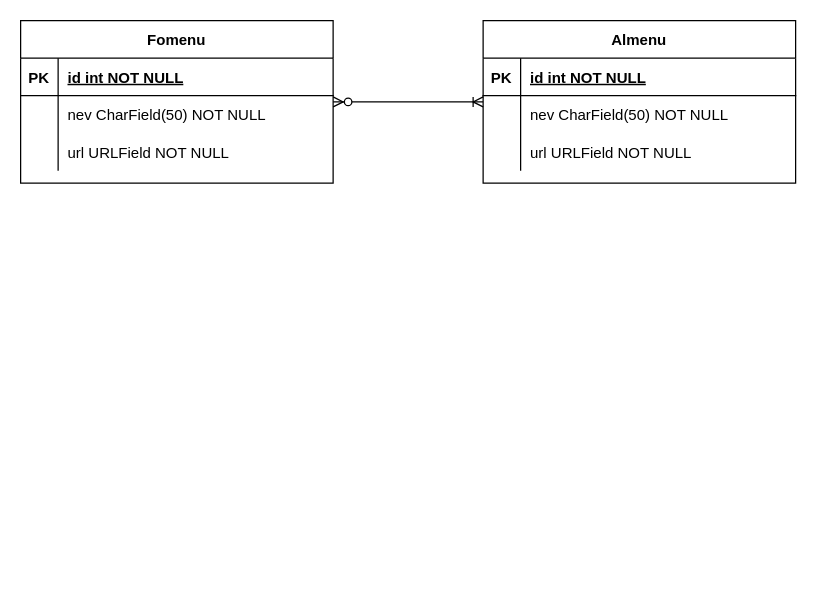
The draw.io diagram szlgcmsdb.drawio in MolnAtt/rajz, before the edit. Source tidied: cells renumbered, new cells numbered last; positions are measured from the earlier drawing's top-left corner, leaving out a move shared by most shapes. Both pictures are drawn from the tidied source at 125%, with x=0, y=0 at pixel (20, 20).
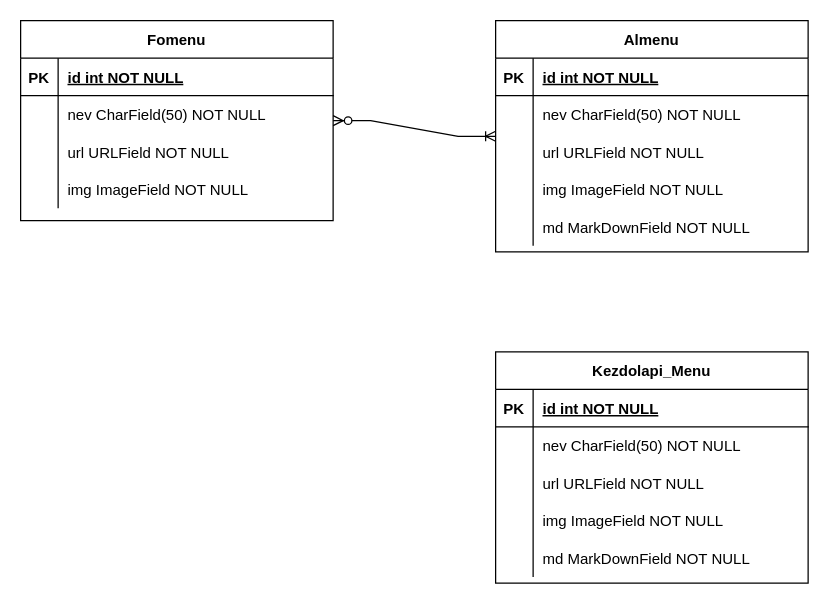
The same diagram, later.

The edit, as a diff of the source:
```diff
@@
     <mxCell id="2" value="Almenu" style="shape=table;startSize=30;childLayout=tableLayout;rowLines=0;fontStyle=1;align=center;" parent="1" vertex="1">
-      <mxGeometry x="370" width="250" height="130" as="geometry" />
+      <mxGeometry x="380" width="250" height="185" as="geometry" />
     </mxCell>
@@
+    <mxCell id="23" style="shape=partialRectangle;fillColor=none;top=0;left=0;right=0;bottom=0;" parent="2" vertex="1">
+      <mxGeometry y="120" width="250" height="30" as="geometry" />
+    </mxCell>
+    <mxCell id="24" style="shape=partialRectangle;overflow=hidden;fillColor=none;top=0;left=0;bottom=0;right=0;" parent="23" vertex="1">
+      <mxGeometry width="30" height="30" as="geometry" />
+    </mxCell>
+    <mxCell id="25" value="img ImageField NOT NULL" style="shape=partialRectangle;overflow=hidden;fillColor=none;top=0;left=0;bottom=0;right=0;align=left;spacingLeft=6;" parent="23" vertex="1">
+      <mxGeometry x="30" width="220" height="30" as="geometry" />
+    </mxCell>
+    <mxCell id="26" style="shape=partialRectangle;fillColor=none;top=0;left=0;right=0;bottom=0;" parent="2" vertex="1">
+      <mxGeometry y="150" width="250" height="30" as="geometry" />
+    </mxCell>
+    <mxCell id="27" style="shape=partialRectangle;overflow=hidden;fillColor=none;top=0;left=0;bottom=0;right=0;" parent="26" vertex="1">
+      <mxGeometry width="30" height="30" as="geometry" />
+    </mxCell>
+    <mxCell id="28" value="md MarkDownField NOT NULL" style="shape=partialRectangle;overflow=hidden;fillColor=none;top=0;left=0;bottom=0;right=0;align=left;spacingLeft=6;" parent="26" vertex="1">
+      <mxGeometry x="30" width="220" height="30" as="geometry" />
+    </mxCell>
@@
     <mxCell id="13" value="Fomenu" style="shape=table;startSize=30;childLayout=tableLayout;rowLines=0;fontStyle=1;align=center;" parent="1" vertex="1">
-      <mxGeometry width="250" height="130" as="geometry" />
+      <mxGeometry width="250" height="160" as="geometry" />
     </mxCell>
@@
+    <mxCell id="29" style="shape=partialRectangle;fillColor=none;top=0;left=0;right=0;bottom=0;" parent="13" vertex="1">
+      <mxGeometry y="120" width="250" height="30" as="geometry" />
+    </mxCell>
+    <mxCell id="30" style="shape=partialRectangle;overflow=hidden;fillColor=none;top=0;left=0;bottom=0;right=0;" parent="29" vertex="1">
+      <mxGeometry width="30" height="30" as="geometry" />
+    </mxCell>
+    <mxCell id="31" value="img ImageField NOT NULL" style="shape=partialRectangle;overflow=hidden;fillColor=none;top=0;left=0;bottom=0;right=0;align=left;spacingLeft=6;" parent="29" vertex="1">
+      <mxGeometry x="30" width="220" height="30" as="geometry" />
+    </mxCell>
+    <mxCell id="32" value="Kezdolapi_Menu" style="shape=table;startSize=30;childLayout=tableLayout;rowLines=0;fontStyle=1;align=center;" parent="1" vertex="1">
+      <mxGeometry x="380" y="265" width="250" height="185" as="geometry" />
+    </mxCell>
+    <mxCell id="33" style="shape=partialRectangle;fillColor=none;top=0;left=0;right=0;bottom=1;" parent="32" vertex="1">
+      <mxGeometry y="30" width="250" height="30" as="geometry" />
+    </mxCell>
+    <mxCell id="34" value="PK" style="shape=partialRectangle;overflow=hidden;fillColor=none;top=0;left=0;bottom=0;right=0;fontStyle=1;" parent="33" vertex="1">
+      <mxGeometry width="30" height="30" as="geometry" />
+    </mxCell>
+    <mxCell id="35" value="id int NOT NULL " style="shape=partialRectangle;overflow=hidden;fillColor=none;top=0;left=0;bottom=0;right=0;align=left;spacingLeft=6;fontStyle=5;" parent="33" vertex="1">
+      <mxGeometry x="30" width="220" height="30" as="geometry" />
+    </mxCell>
+    <mxCell id="36" style="shape=partialRectangle;fillColor=none;top=0;left=0;right=0;bottom=0;" parent="32" vertex="1">
+      <mxGeometry y="60" width="250" height="30" as="geometry" />
+    </mxCell>
+    <mxCell id="37" style="shape=partialRectangle;overflow=hidden;fillColor=none;top=0;left=0;bottom=0;right=0;" parent="36" vertex="1">
+      <mxGeometry width="30" height="30" as="geometry" />
+    </mxCell>
+    <mxCell id="38" value="nev CharField(50) NOT NULL" style="shape=partialRectangle;overflow=hidden;fillColor=none;top=0;left=0;bottom=0;right=0;align=left;spacingLeft=6;" parent="36" vertex="1">
+      <mxGeometry x="30" width="220" height="30" as="geometry" />
+    </mxCell>
+    <mxCell id="39" style="shape=partialRectangle;fillColor=none;top=0;left=0;right=0;bottom=0;" parent="32" vertex="1">
+      <mxGeometry y="90" width="250" height="30" as="geometry" />
+    </mxCell>
+    <mxCell id="40" style="shape=partialRectangle;overflow=hidden;fillColor=none;top=0;left=0;bottom=0;right=0;" parent="39" vertex="1">
+      <mxGeometry width="30" height="30" as="geometry" />
+    </mxCell>
+    <mxCell id="41" value="url URLField NOT NULL" style="shape=partialRectangle;overflow=hidden;fillColor=none;top=0;left=0;bottom=0;right=0;align=left;spacingLeft=6;" parent="39" vertex="1">
+      <mxGeometry x="30" width="220" height="30" as="geometry" />
+    </mxCell>
+    <mxCell id="42" style="shape=partialRectangle;fillColor=none;top=0;left=0;right=0;bottom=0;" parent="32" vertex="1">
+      <mxGeometry y="120" width="250" height="30" as="geometry" />
+    </mxCell>
+    <mxCell id="43" style="shape=partialRectangle;overflow=hidden;fillColor=none;top=0;left=0;bottom=0;right=0;" parent="42" vertex="1">
+      <mxGeometry width="30" height="30" as="geometry" />
+    </mxCell>
+    <mxCell id="44" value="img ImageField NOT NULL" style="shape=partialRectangle;overflow=hidden;fillColor=none;top=0;left=0;bottom=0;right=0;align=left;spacingLeft=6;" parent="42" vertex="1">
+      <mxGeometry x="30" width="220" height="30" as="geometry" />
+    </mxCell>
+    <mxCell id="45" style="shape=partialRectangle;fillColor=none;top=0;left=0;right=0;bottom=0;" parent="32" vertex="1">
+      <mxGeometry y="150" width="250" height="30" as="geometry" />
+    </mxCell>
+    <mxCell id="46" style="shape=partialRectangle;overflow=hidden;fillColor=none;top=0;left=0;bottom=0;right=0;" parent="45" vertex="1">
+      <mxGeometry width="30" height="30" as="geometry" />
+    </mxCell>
+    <mxCell id="47" value="md MarkDownField NOT NULL" style="shape=partialRectangle;overflow=hidden;fillColor=none;top=0;left=0;bottom=0;right=0;align=left;spacingLeft=6;" parent="45" vertex="1">
+      <mxGeometry x="30" width="220" height="30" as="geometry" />
+    </mxCell>
```
